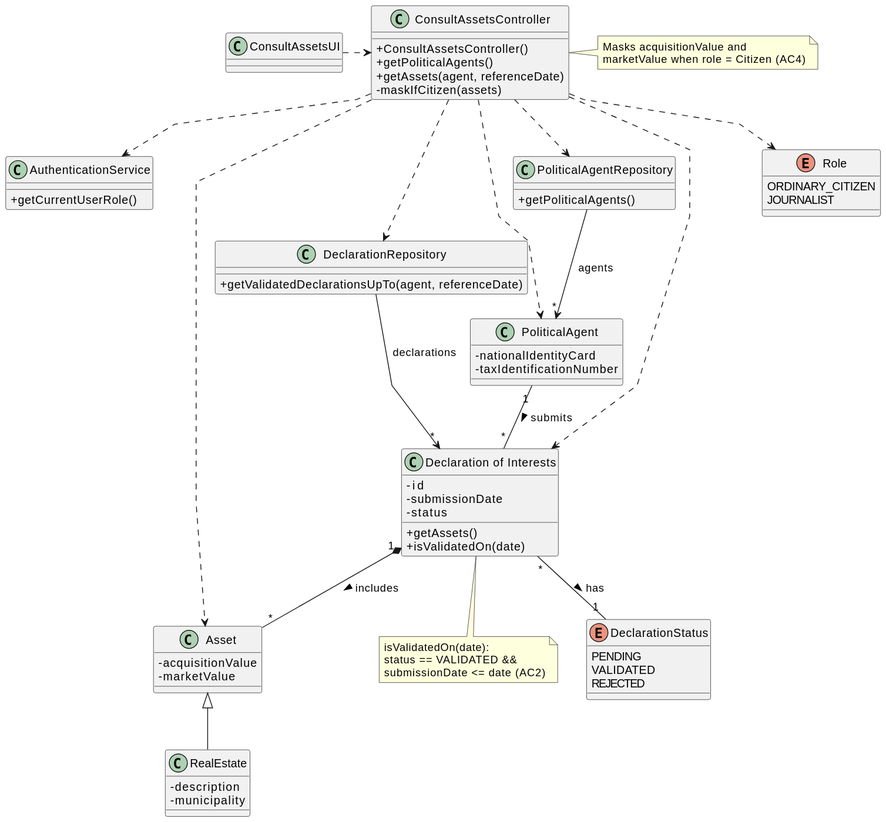
The PlantUML diagram docs/system-documentation/US11/03.design/svg/US11-CD.svg in brunodspinto/crystal-clear-platform, before a commit.
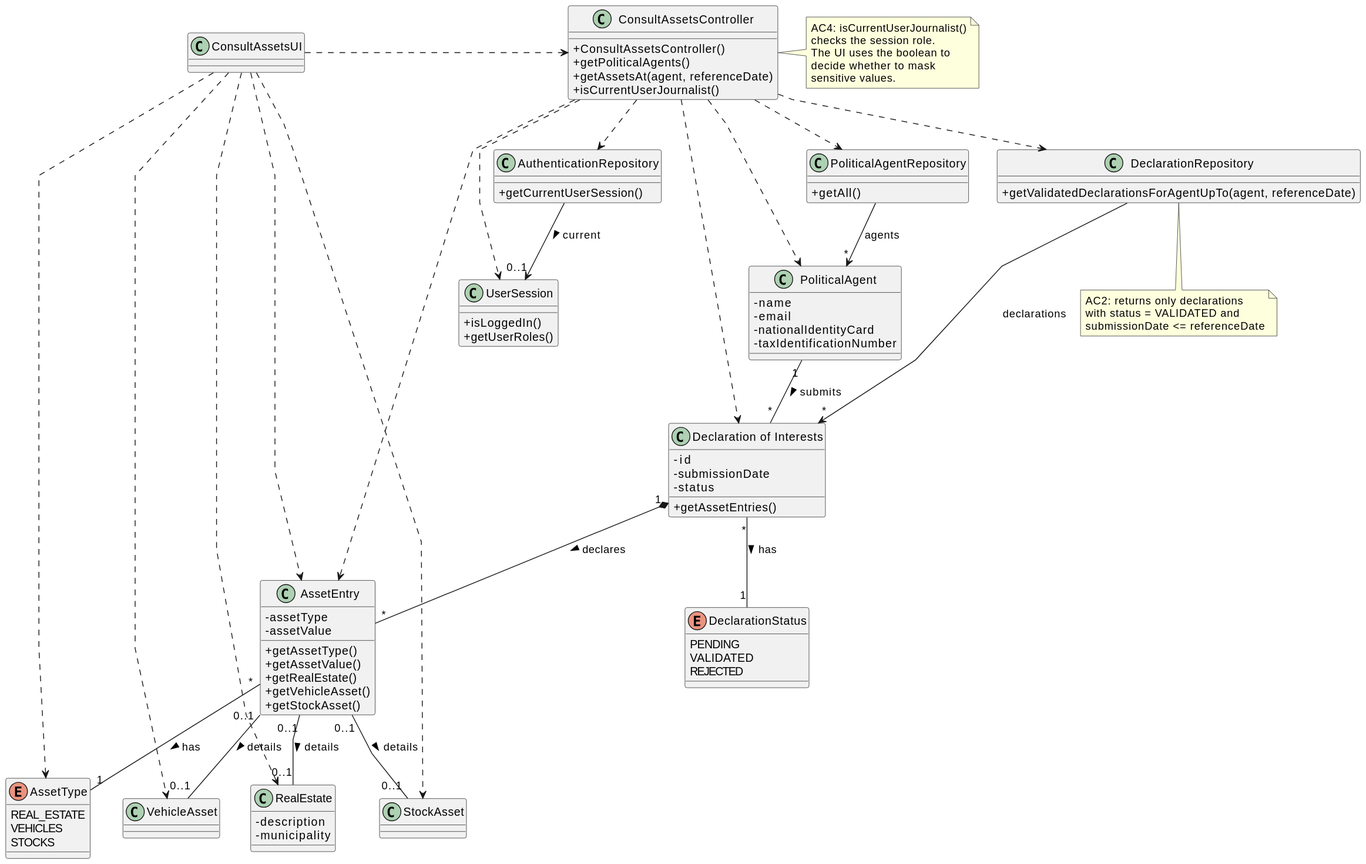
Later version of the same file.

The edit, as a diff of the source:
```diff
@@ -10,23 +10,30 @@
 class ConsultAssetsController {
     + ConsultAssetsController()
     + getPoliticalAgents()
-    + getAssets(agent, referenceDate)
-    - maskIfCitizen(assets)
+    + getAssetsAt(agent, referenceDate)
+    + isCurrentUserJournalist()
 }
 
-class AuthenticationService {
-    + getCurrentUserRole()
+class AuthenticationRepository {
+    + getCurrentUserSession()
+}
+
+class UserSession {
+    + isLoggedIn()
+    + getUserRoles()
 }
 
 class PoliticalAgentRepository {
-    + getPoliticalAgents()
+    + getAll()
 }
 
 class DeclarationRepository {
-    + getValidatedDeclarationsUpTo(agent, referenceDate)
+    + getValidatedDeclarationsForAgentUpTo(agent, referenceDate)
 }
 
 class PoliticalAgent {
+    - name
+    - email
     - nationalIdentityCard
     - taxIdentificationNumber
 }
@@ -35,8 +42,7 @@
     - id
     - submissionDate
     - status
-    + getAssets()
-    + isValidatedOn(date)
+    + getAssetEntries()
 }
 
 enum DeclarationStatus {
@@ -45,9 +51,20 @@
     REJECTED
 }
 
-class Asset {
-    - acquisitionValue
-    - marketValue
+class AssetEntry {
+    - assetType
+    - assetValue
+    + getAssetType()
+    + getAssetValue()
+    + getRealEstate()
+    + getVehicleAsset()
+    + getStockAsset()
+}
+
+enum AssetType {
+    REAL_ESTATE
+    VEHICLES
+    STOCKS
 }
 
 class RealEstate {
@@ -55,37 +72,50 @@
     - municipality
 }
 
-enum Role {
-    ORDINARY_CITIZEN
-    JOURNALIST
+class VehicleAsset {
+}
+
+class StockAsset {
 }
 
 ConsultAssetsUI .> ConsultAssetsController
+ConsultAssetsUI ..> AssetEntry
+ConsultAssetsUI ..> RealEstate
+ConsultAssetsUI ..> VehicleAsset
+ConsultAssetsUI ..> StockAsset
+ConsultAssetsUI ..> AssetType
 
-ConsultAssetsController ..> AuthenticationService
+ConsultAssetsController ..> AuthenticationRepository
 ConsultAssetsController ..> PoliticalAgentRepository
 ConsultAssetsController ..> DeclarationRepository
 ConsultAssetsController ..> PoliticalAgent
 ConsultAssetsController ..> Declaration
-ConsultAssetsController ..> Asset
-ConsultAssetsController ..> Role
+ConsultAssetsController ..> AssetEntry
+ConsultAssetsController ..> UserSession
 
+AuthenticationRepository --> "0..1" UserSession : current >
 PoliticalAgentRepository --> "*" PoliticalAgent : agents
 DeclarationRepository --> "*" Declaration : declarations
 
 PoliticalAgent "1" -- "*" Declaration : submits >
 Declaration "*" -- "1" DeclarationStatus : has >
-Declaration "1" *-- "*" Asset : includes >
-Asset <|-- RealEstate
+Declaration "1" *-- "*" AssetEntry : declares >
+AssetEntry "*" -- "1" AssetType : has >
+AssetEntry "0..1" -- "0..1" RealEstate : details >
+AssetEntry "0..1" -- "0..1" VehicleAsset : details >
+AssetEntry "0..1" -- "0..1" StockAsset : details >
 
 note right of ConsultAssetsController
-    Masks acquisitionValue and
-    marketValue when role = Citizen (AC4)
+    AC4: isCurrentUserJournalist()
+    checks the session role.
+    The UI uses the boolean to
+    decide whether to mask
+    sensitive values.
 end note
 
-note bottom of Declaration
-    isValidatedOn(date):
-    status == VALIDATED &&
-    submissionDate <= date (AC2)
+note bottom of DeclarationRepository
+    AC2: returns only declarations
+    with status = VALIDATED and
+    submissionDate <= referenceDate
 end note
 @enduml
```
